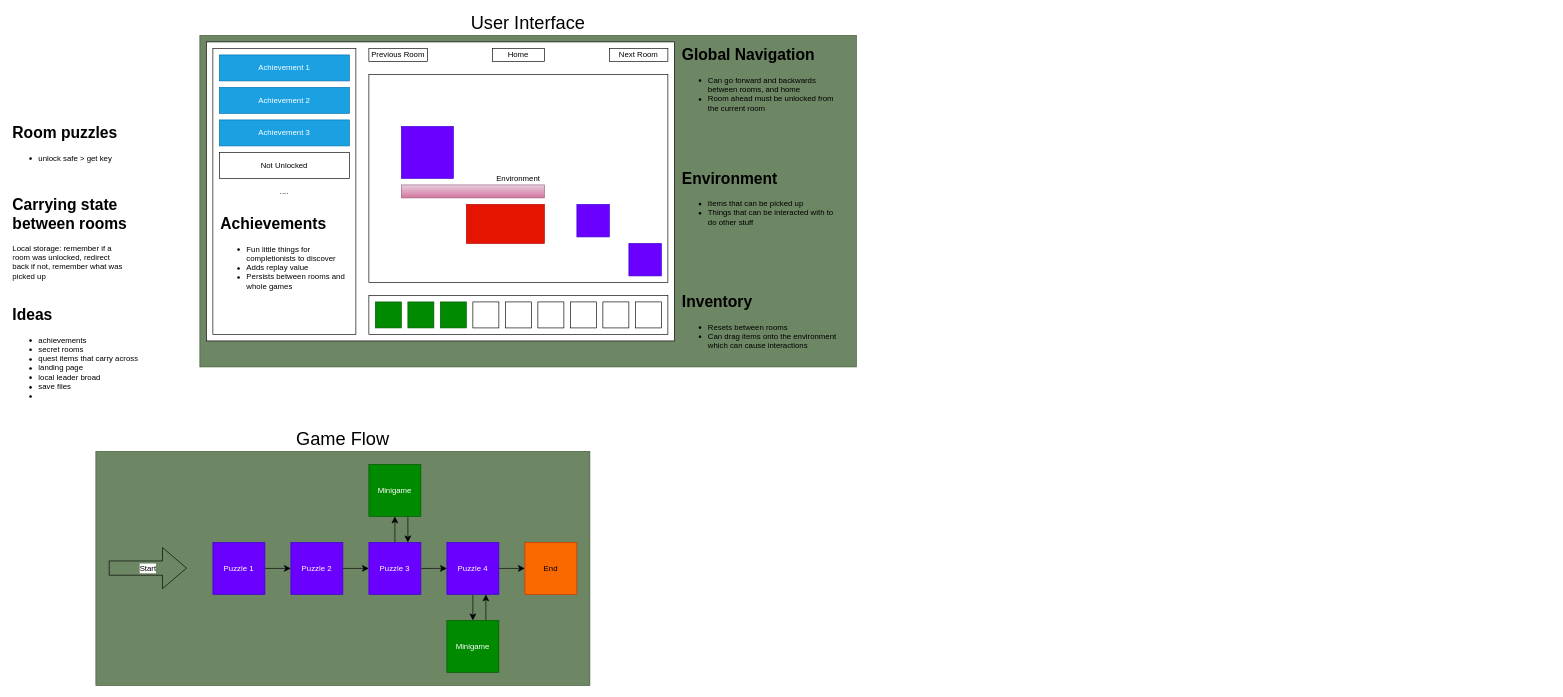
2004seraph/SET08101 keeps this draw.io diagram as plan.drawio. Above is the earlier version. Source tidied: cells renumbered, new cells numbered last; positions are measured from the earlier drawing's top-left corner, leaving out a move shared by most shapes. Both pictures are drawn from the tidied source at 65%, with x=0, y=0 at pixel (11, 35).
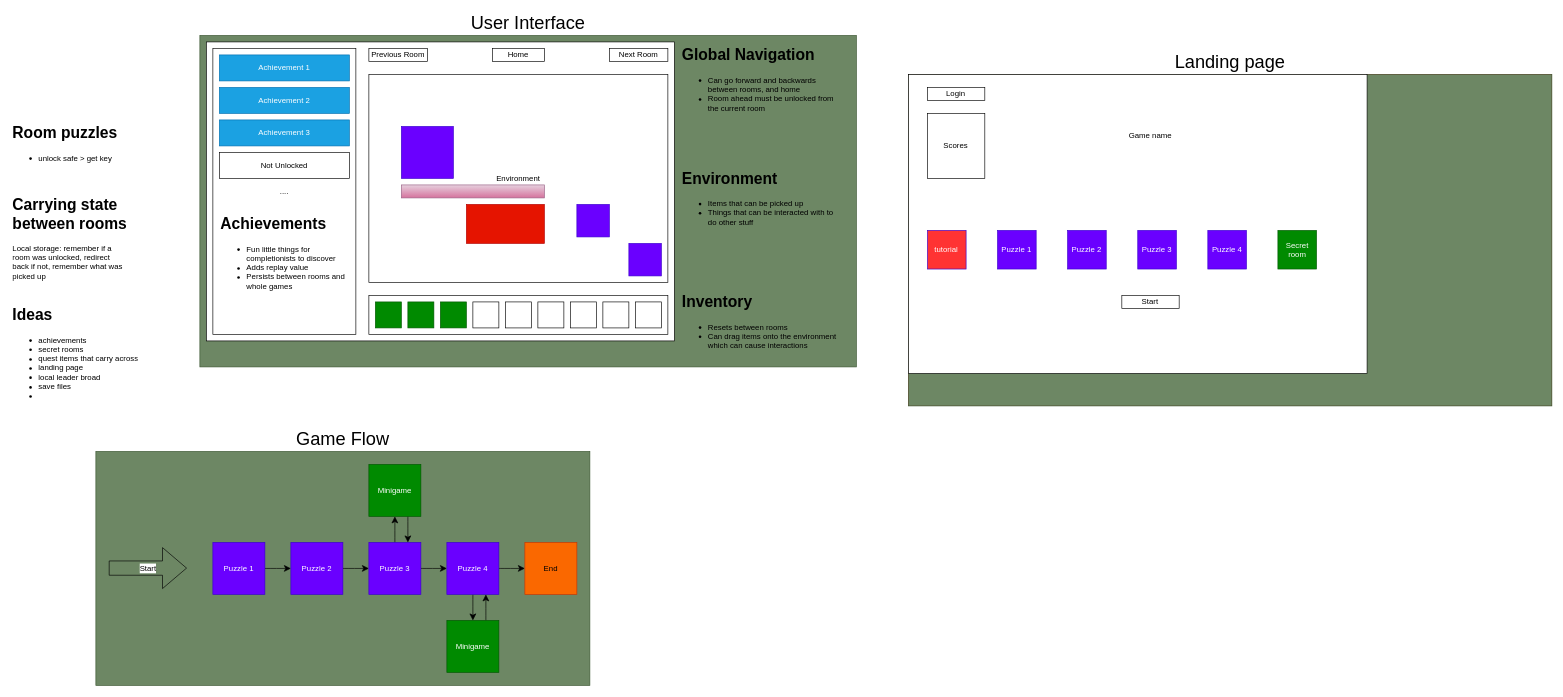
After the change.

Commit message:
plan.drawio landing-page

What changed in the source:
```diff
@@
+    <mxCell id="54" style="group;fillColor=#FF0505;" parent="1" vertex="1">
+      <mxGeometry x="1380" y="60" width="990" height="510" as="geometry" />
+    </mxCell>
+    <mxCell id="55" value="Landing page" style="rounded=0;whiteSpace=wrap;html=1;fillColor=#6d8764;fontColor=default;strokeColor=#3A5431;labelPosition=center;verticalLabelPosition=top;align=center;verticalAlign=bottom;labelBackgroundColor=none;fontSize=28;" parent="54" vertex="1">
+      <mxGeometry width="990" height="510" as="geometry" />
+    </mxCell>
+    <mxCell id="56" style="rounded=0;whiteSpace=wrap;html=1;" parent="54" vertex="1">
+      <mxGeometry width="705.7" height="460" as="geometry" />
+    </mxCell>
+    <mxCell id="57" value="Login" style="rounded=0;whiteSpace=wrap;html=1;" parent="54" vertex="1">
+      <mxGeometry x="29.4" y="20" width="88.2" height="20" as="geometry" />
+    </mxCell>
+    <mxCell id="58" value="Puzzle 1" style="whiteSpace=wrap;html=1;fillColor=#6a00ff;fontColor=#ffffff;strokeColor=#3700CC;" parent="54" vertex="1">
+      <mxGeometry x="137.2" y="240" width="59.4" height="59.4" as="geometry" />
+    </mxCell>
+    <mxCell id="59" value="Puzzle 2" style="whiteSpace=wrap;html=1;fillColor=#6a00ff;fontColor=#ffffff;strokeColor=#3700CC;" parent="54" vertex="1">
+      <mxGeometry x="245" y="240" width="59.4" height="59.4" as="geometry" />
+    </mxCell>
+    <mxCell id="60" value="Puzzle 3" style="whiteSpace=wrap;html=1;fillColor=#6a00ff;fontColor=#ffffff;strokeColor=#3700CC;" parent="54" vertex="1">
+      <mxGeometry x="352.9" y="240" width="59.4" height="59.4" as="geometry" />
+    </mxCell>
+    <mxCell id="61" value="Puzzle 4" style="whiteSpace=wrap;html=1;fillColor=#6a00ff;fontColor=#ffffff;strokeColor=#3700CC;" parent="54" vertex="1">
+      <mxGeometry x="460.7" y="240" width="59.4" height="59.4" as="geometry" />
+    </mxCell>
+    <mxCell id="62" value="Secret room" style="whiteSpace=wrap;html=1;fillColor=#008a00;fontColor=#ffffff;strokeColor=#005700;" parent="54" vertex="1">
+      <mxGeometry x="568.5" y="240" width="59.4" height="59.4" as="geometry" />
+    </mxCell>
+    <mxCell id="63" value="tutorial" style="whiteSpace=wrap;html=1;fillColor=#FF3333;fontColor=#ffffff;strokeColor=#3700CC;" parent="54" vertex="1">
+      <mxGeometry x="29.4" y="240" width="59.4" height="59.4" as="geometry" />
+    </mxCell>
+    <mxCell id="64" value="Game name" style="text;html=1;align=center;verticalAlign=middle;whiteSpace=wrap;rounded=0;" parent="54" vertex="1">
+      <mxGeometry x="205.8" y="80" width="333.3" height="30" as="geometry" />
+    </mxCell>
+    <mxCell id="65" value="Scores" style="rounded=0;whiteSpace=wrap;html=1;" parent="54" vertex="1">
+      <mxGeometry x="29.4" y="60" width="88.2" height="100" as="geometry" />
+    </mxCell>
+    <mxCell id="66" value="Start" style="rounded=0;whiteSpace=wrap;html=1;" parent="54" vertex="1">
+      <mxGeometry x="328.4" y="340" width="88.2" height="20" as="geometry" />
+    </mxCell>
```
